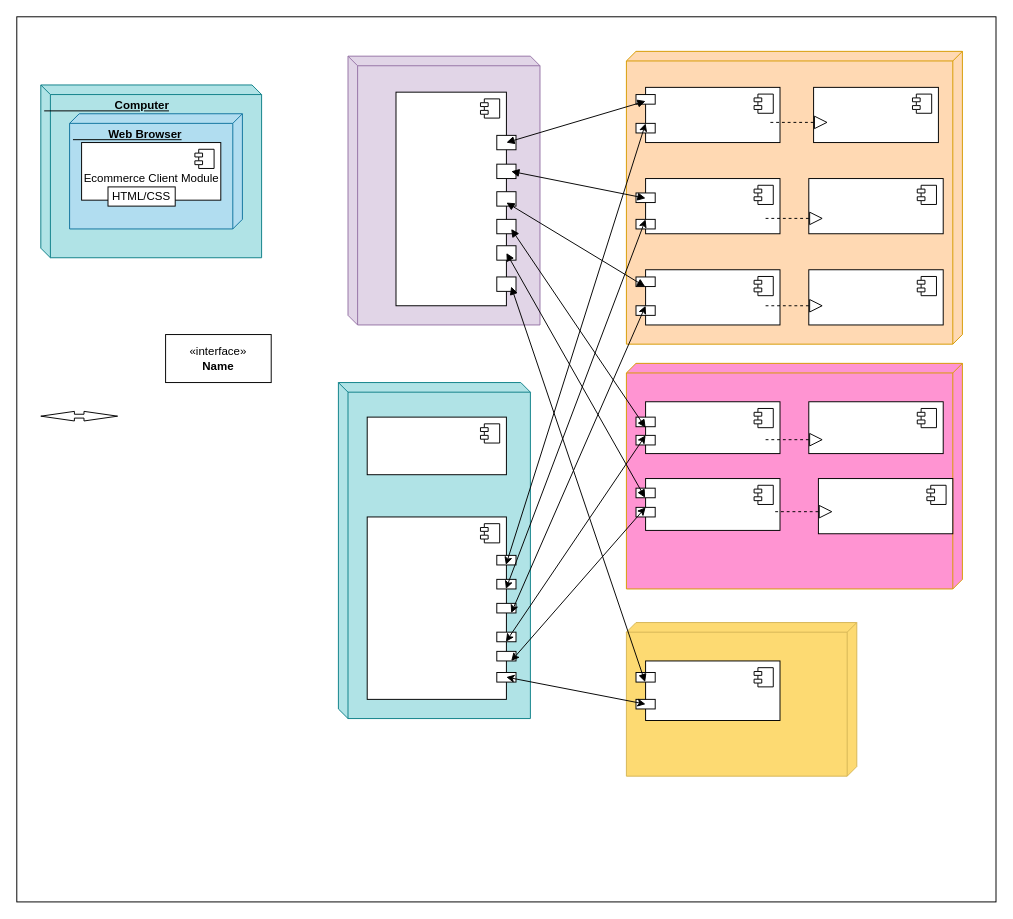
This is deploymentDiagram.drawio from DozzyMontalo/eCommerceUserService, a draw.io file, before an edit. Source tidied: cells renumbered, new cells numbered last; positions are measured from the earlier drawing's top-left corner, leaving out a move shared by most shapes. Both pictures are drawn from the tidied source at 96%, with x=0, y=0 at pixel (16, 16).
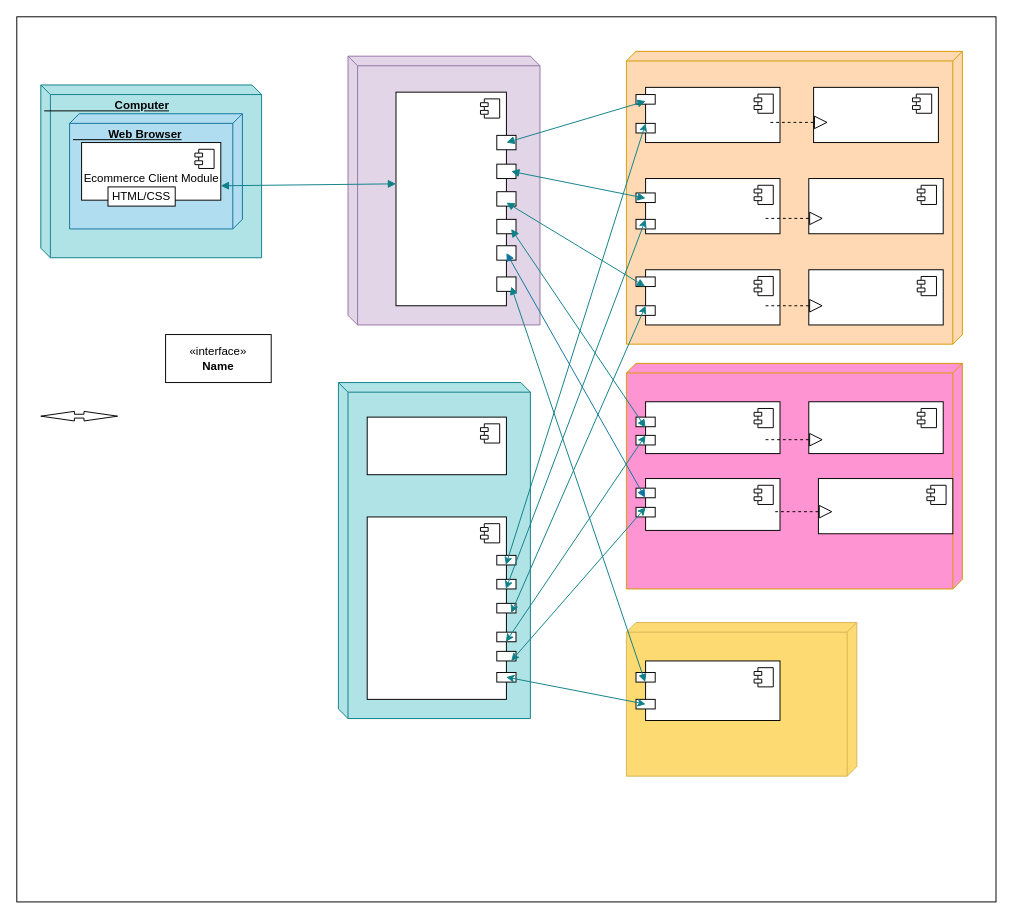
The same page after the edit.

Unchanged cells that the change refers to:
```xml
<mxCell id="17" style="html=1;whiteSpace=wrap;direction=west;" parent="1" vertex="1">
  <mxGeometry x="655" y="73.5" width="140" height="57.5" as="geometry" />
</mxCell>
<mxCell id="22" style="html=1;whiteSpace=wrap;direction=west;" parent="1" vertex="1">
  <mxGeometry x="655" y="401" width="140" height="54" as="geometry" />
</mxCell>
<mxCell id="41" style="html=1;whiteSpace=wrap;direction=south;" parent="1" vertex="1">
  <mxGeometry x="365" y="521" width="145" height="190" as="geometry" />
</mxCell>
<mxCell id="45" style="shape=umlLifeline;perimeter=lifelinePerimeter;whiteSpace=wrap;html=1;outlineConnect=0;portConstraint=eastwest;newEdgeStyle={&quot;curved&quot;:0,&quot;rounded&quot;:0};direction=south;" parent="1" vertex="1">
  <mxGeometry x="500" y="561" width="20" height="10" as="geometry" />
</mxCell>
<mxCell id="46" style="shape=umlLifeline;perimeter=lifelinePerimeter;whiteSpace=wrap;html=1;outlineConnect=0;portConstraint=eastwest;newEdgeStyle={&quot;curved&quot;:0,&quot;rounded&quot;:0};direction=south;" parent="1" vertex="1">
  <mxGeometry x="500" y="586" width="20" height="10" as="geometry" />
</mxCell>
<mxCell id="48" style="shape=umlLifeline;perimeter=lifelinePerimeter;whiteSpace=wrap;html=1;outlineConnect=0;portConstraint=eastwest;newEdgeStyle={&quot;curved&quot;:0,&quot;rounded&quot;:0};direction=south;" parent="1" vertex="1">
  <mxGeometry x="500" y="641" width="20" height="10" as="geometry" />
</mxCell>
<mxCell id="53" style="shape=umlLifeline;perimeter=lifelinePerimeter;whiteSpace=wrap;html=1;outlineConnect=0;portConstraint=eastwest;newEdgeStyle={&quot;curved&quot;:0,&quot;rounded&quot;:0};direction=south;size=20;" parent="1" vertex="1">
  <mxGeometry x="645" y="491" width="20" height="10" as="geometry" />
</mxCell>
<mxCell id="56" style="shape=umlLifeline;perimeter=lifelinePerimeter;whiteSpace=wrap;html=1;outlineConnect=0;portConstraint=eastwest;newEdgeStyle={&quot;curved&quot;:0,&quot;rounded&quot;:0};direction=south;" parent="1" vertex="1">
  <mxGeometry x="645" y="271" width="20" height="10" as="geometry" />
</mxCell>
<mxCell id="61" style="shape=umlLifeline;perimeter=lifelinePerimeter;whiteSpace=wrap;html=1;outlineConnect=0;portConstraint=eastwest;newEdgeStyle={&quot;curved&quot;:0,&quot;rounded&quot;:0};direction=south;size=20;" parent="1" vertex="1">
  <mxGeometry x="645" y="683" width="20" height="10" as="geometry" />
</mxCell>
<mxCell id="75" value="&lt;div&gt;&lt;br&gt;&lt;/div&gt;Ecommerce Client Module" style="html=1;whiteSpace=wrap;direction=south;" parent="1" vertex="1">
  <mxGeometry x="67.5" y="131" width="145" height="60" as="geometry" />
</mxCell>
```

What changed in the source:
```diff
@@
-    <mxCell id="63" style="endArrow=block;startArrow=block;endFill=1;startFill=1;html=1;rounded=0;entryX=1;entryY=0.75;entryDx=0;entryDy=0;" parent="1" edge="1" target="17">
+    <mxCell id="63" style="endArrow=block;startArrow=block;endFill=1;startFill=1;html=1;rounded=0;entryX=1;entryY=0.75;entryDx=0;entryDy=0;fillColor=#b0e3e6;strokeColor=#0e8088;" parent="1" edge="1" target="17">
       <mxGeometry relative="1" as="geometry">
         <mxPoint x="510" y="131" as="sourcePoint" />
       </mxGeometry>
     </mxCell>
-    <mxCell id="64" style="endArrow=classic;startArrow=classic;html=1;rounded=0;" parent="1" edge="1" source="45">
+    <mxCell id="64" style="endArrow=classic;startArrow=classic;html=1;rounded=0;fillColor=#b0e3e6;strokeColor=#0e8088;" parent="1" edge="1" source="45">
       <mxGeometry relative="1" as="geometry">
         <mxPoint x="655" y="111" as="targetPoint" />
       </mxGeometry>
     </mxCell>
-    <mxCell id="65" style="endArrow=classic;startArrow=classic;html=1;rounded=0;" parent="1" edge="1" source="46">
+    <mxCell id="65" style="endArrow=classic;startArrow=classic;html=1;rounded=0;fillColor=#b0e3e6;strokeColor=#0e8088;" parent="1" edge="1" source="46">
       <mxGeometry relative="1" as="geometry">
         <mxPoint x="655" y="211" as="targetPoint" />
       </mxGeometry>
     </mxCell>
-    <mxCell id="66" style="endArrow=classic;startArrow=classic;html=1;rounded=0;" parent="1" edge="1">
+    <mxCell id="66" style="endArrow=classic;startArrow=classic;html=1;rounded=0;fillColor=#b0e3e6;strokeColor=#0e8088;" parent="1" edge="1">
       <mxGeometry relative="1" as="geometry">
         <mxPoint x="515" y="621" as="sourcePoint" />
         <mxPoint x="655" y="301" as="targetPoint" />
       </mxGeometry>
     </mxCell>
-    <mxCell id="67" style="endArrow=classic;startArrow=classic;html=1;rounded=0;" parent="1" edge="1" source="48">
+    <mxCell id="67" style="endArrow=classic;startArrow=classic;html=1;rounded=0;fillColor=#b0e3e6;strokeColor=#0e8088;" parent="1" edge="1" source="48">
       <mxGeometry relative="1" as="geometry">
         <mxPoint x="655" y="436" as="targetPoint" />
       </mxGeometry>
     </mxCell>
-    <mxCell id="68" style="endArrow=classic;startArrow=classic;html=1;rounded=0;" parent="1" edge="1">
+    <mxCell id="68" style="endArrow=classic;startArrow=classic;html=1;rounded=0;fillColor=#b0e3e6;strokeColor=#0e8088;" parent="1" edge="1">
       <mxGeometry relative="1" as="geometry">
         <mxPoint x="515" y="671" as="sourcePoint" />
         <mxPoint x="655" y="511" as="targetPoint" />
       </mxGeometry>
     </mxCell>
-    <mxCell id="69" style="endArrow=classic;startArrow=classic;html=1;rounded=0;exitX=0.878;exitY=0.001;exitDx=0;exitDy=0;exitPerimeter=0;" parent="1" edge="1" source="41">
+    <mxCell id="69" style="endArrow=classic;startArrow=classic;html=1;rounded=0;exitX=0.878;exitY=0.001;exitDx=0;exitDy=0;exitPerimeter=0;fillColor=#b0e3e6;strokeColor=#0e8088;" parent="1" edge="1" source="41">
       <mxGeometry relative="1" as="geometry">
         <mxPoint x="655" y="716" as="targetPoint" />
       </mxGeometry>
     </mxCell>
-    <mxCell id="70" style="endArrow=block;startArrow=block;endFill=1;startFill=1;html=1;rounded=0;" parent="1" edge="1">
+    <mxCell id="70" style="endArrow=block;startArrow=block;endFill=1;startFill=1;html=1;rounded=0;fillColor=#b0e3e6;strokeColor=#0e8088;" parent="1" edge="1">
       <mxGeometry relative="1" as="geometry">
         <mxPoint x="515" y="161" as="sourcePoint" />
         <mxPoint x="655" y="189" as="targetPoint" />
       </mxGeometry>
     </mxCell>
-    <mxCell id="71" style="endArrow=block;startArrow=block;endFill=1;startFill=1;html=1;rounded=0;" parent="1" edge="1" target="56">
+    <mxCell id="71" style="endArrow=block;startArrow=block;endFill=1;startFill=1;html=1;rounded=0;fillColor=#b0e3e6;strokeColor=#0e8088;" parent="1" edge="1" target="56">
       <mxGeometry relative="1" as="geometry">
         <mxPoint x="510" y="193.5" as="sourcePoint" />
       </mxGeometry>
     </mxCell>
-    <mxCell id="72" style="endArrow=block;startArrow=block;endFill=1;startFill=1;html=1;rounded=0;entryX=1;entryY=0.5;entryDx=0;entryDy=0;" parent="1" edge="1" target="22">
+    <mxCell id="72" style="endArrow=block;startArrow=block;endFill=1;startFill=1;html=1;rounded=0;entryX=1;entryY=0.5;entryDx=0;entryDy=0;fillColor=#b0e3e6;strokeColor=#0e8088;" parent="1" edge="1" target="22">
       <mxGeometry relative="1" as="geometry">
         <mxPoint x="515" y="221" as="sourcePoint" />
       </mxGeometry>
     </mxCell>
-    <mxCell id="73" style="endArrow=block;startArrow=block;endFill=1;startFill=1;html=1;rounded=0;" parent="1" edge="1" target="53">
+    <mxCell id="73" style="endArrow=block;startArrow=block;endFill=1;startFill=1;html=1;rounded=0;fillColor=#b1ddf0;strokeColor=#10739e;" parent="1" edge="1" target="53">
       <mxGeometry relative="1" as="geometry">
         <mxPoint x="510" y="246" as="sourcePoint" />
       </mxGeometry>
     </mxCell>
-    <mxCell id="74" style="endArrow=block;startArrow=block;endFill=1;startFill=1;html=1;rounded=0;" parent="1" edge="1" target="61">
+    <mxCell id="74" style="endArrow=block;startArrow=block;endFill=1;startFill=1;html=1;rounded=0;fillColor=#b0e3e6;strokeColor=#0e8088;" parent="1" edge="1" target="61">
       <mxGeometry relative="1" as="geometry">
         <mxPoint x="515" y="281" as="sourcePoint" />
       </mxGeometry>
     </mxCell>
@@
+    <mxCell id="85" style="endArrow=block;startArrow=block;endFill=1;startFill=1;html=1;rounded=0;fillColor=#b0e3e6;strokeColor=#0e8088;exitX=0.75;exitY=0;exitDx=0;exitDy=0;" parent="1" edge="1" source="75">
+      <mxGeometry relative="1" as="geometry">
+        <mxPoint x="395" y="174" as="targetPoint" />
+      </mxGeometry>
+    </mxCell>
```
